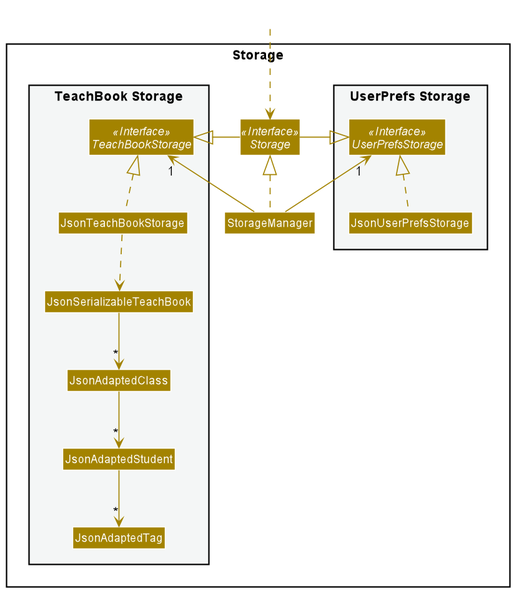
Above: docs/images/StorageClassDiagram.png in yulonglim/tp (PlantUML), before the change. The source it was exported from:
```plantuml
@startuml
!include style.puml
skinparam arrowThickness 1.1
skinparam arrowColor STORAGE_COLOR
skinparam classBackgroundColor STORAGE_COLOR

package Storage{

package "UserPrefs Storage" #F4F6F6{
Interface UserPrefsStorage <<Interface>>
Class JsonUserPrefsStorage
}

Interface Storage <<Interface>>
Class StorageManager

package "TeachBook Storage" #F4F6F6{
Interface TeachBookStorage <<Interface>>
Class JsonTeachBookStorage
Class JsonSerializableTeachBook
Class JsonAdaptedClass
Class JsonAdaptedStudent
Class JsonAdaptedTag
}

}

Class HiddenOutside #FFFFFF
HiddenOutside ..> Storage

StorageManager .up.|> Storage
StorageManager -up-> "1" UserPrefsStorage
StorageManager -up-> "1" TeachBookStorage

Storage -left-|> UserPrefsStorage
Storage -right-|> TeachBookStorage

JsonUserPrefsStorage .up.|> UserPrefsStorage
JsonTeachBookStorage .up.|> TeachBookStorage
JsonTeachBookStorage ..> JsonSerializableTeachBook
JsonSerializableTeachBook --> "*" JsonAdaptedClass
JsonAdaptedClass --> "*" JsonAdaptedStudent
JsonAdaptedStudent --> "*" JsonAdaptedTag

@enduml
```
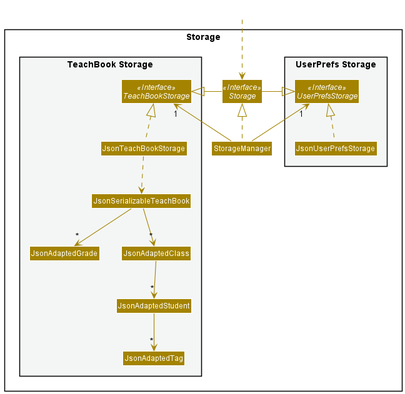
After the change.

Commit message:
Updated storage component for DG

What changed in the source:
```diff
@@ -18,6 +18,7 @@
 Interface TeachBookStorage <<Interface>>
 Class JsonTeachBookStorage
 Class JsonSerializableTeachBook
+Class JsonAdaptedGrade
 Class JsonAdaptedClass
 Class JsonAdaptedStudent
 Class JsonAdaptedTag
@@ -38,6 +39,7 @@
 JsonUserPrefsStorage .up.|> UserPrefsStorage
 JsonTeachBookStorage .up.|> TeachBookStorage
 JsonTeachBookStorage ..> JsonSerializableTeachBook
+JsonSerializableTeachBook --> "*" JsonAdaptedGrade
 JsonSerializableTeachBook --> "*" JsonAdaptedClass
 JsonAdaptedClass --> "*" JsonAdaptedStudent
 JsonAdaptedStudent --> "*" JsonAdaptedTag
```
